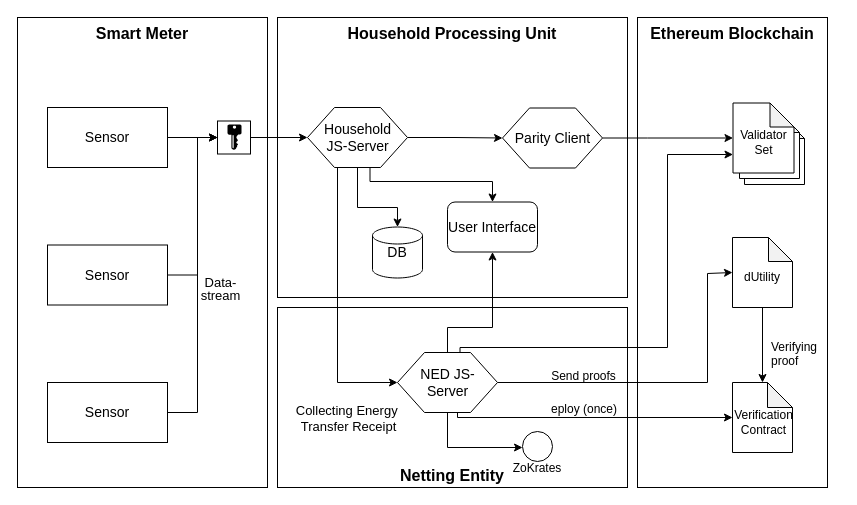
Above: documentation/architecture.drawio in JacobEberhardt/decentralized-energy-trading (draw.io), before the change. Source tidied: cells renumbered, new cells numbered last; positions are measured from the earlier drawing's top-left corner, leaving out a move shared by most shapes. Both pictures are drawn from the tidied source at 100%, with x=0, y=0 at pixel (17, 17).
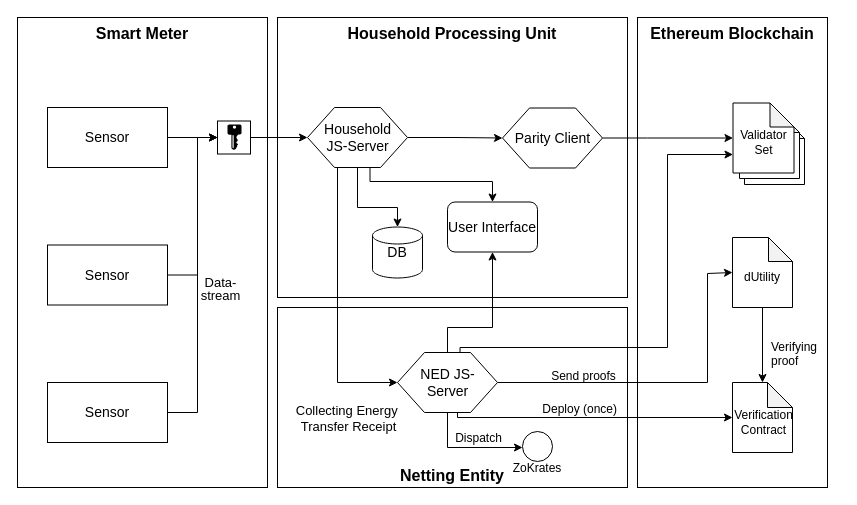
After the change.

Unchanged cells that the change refers to:
```xml
<mxCell id="31" style="edgeStyle=orthogonalEdgeStyle;rounded=0;jettySize=auto;html=1;exitX=0.5;exitY=1;exitDx=0;exitDy=0;labelBackgroundColor=none;" parent="1" edge="1" source="35" target="28">
  <mxGeometry relative="1" as="geometry">
    <Array as="points">
      <mxPoint x="430" y="430" />
    </Array>
  </mxGeometry>
</mxCell>
<mxCell id="32" style="edgeStyle=orthogonalEdgeStyle;rounded=0;jettySize=auto;html=1;labelBackgroundColor=none;" parent="1" edge="1" source="35" target="36">
  <mxGeometry relative="1" as="geometry">
    <Array as="points">
      <mxPoint x="440" y="400" />
    </Array>
  </mxGeometry>
</mxCell>
```

Diff of the diagram source:
```diff
@@
+    <mxCell id="42" value="Dispatch&lt;br&gt;" style="text;html=1;align=center;verticalAlign=bottom;labelBackgroundColor=none;" parent="31" vertex="1">
+      <mxGeometry x="-0.4" y="18" relative="1" as="geometry">
+        <mxPoint x="12" y="1" as="offset" />
+      </mxGeometry>
+    </mxCell>
@@
-    <mxCell id="33" value="eploy (once)&lt;br&gt;" style="text;html=1;align=right;verticalAlign=bottom;labelBackgroundColor=none;labelPosition=left;verticalLabelPosition=top;" parent="32" vertex="1">
+    <mxCell id="33" value="Deploy (once)&lt;br&gt;" style="text;html=1;align=right;verticalAlign=bottom;labelBackgroundColor=none;labelPosition=left;verticalLabelPosition=top;" parent="32" vertex="1">
       <mxGeometry x="0.31" y="2" relative="1" as="geometry">
         <mxPoint x="-18.5" y="2" as="offset" />
       </mxGeometry>
     </mxCell>
```
